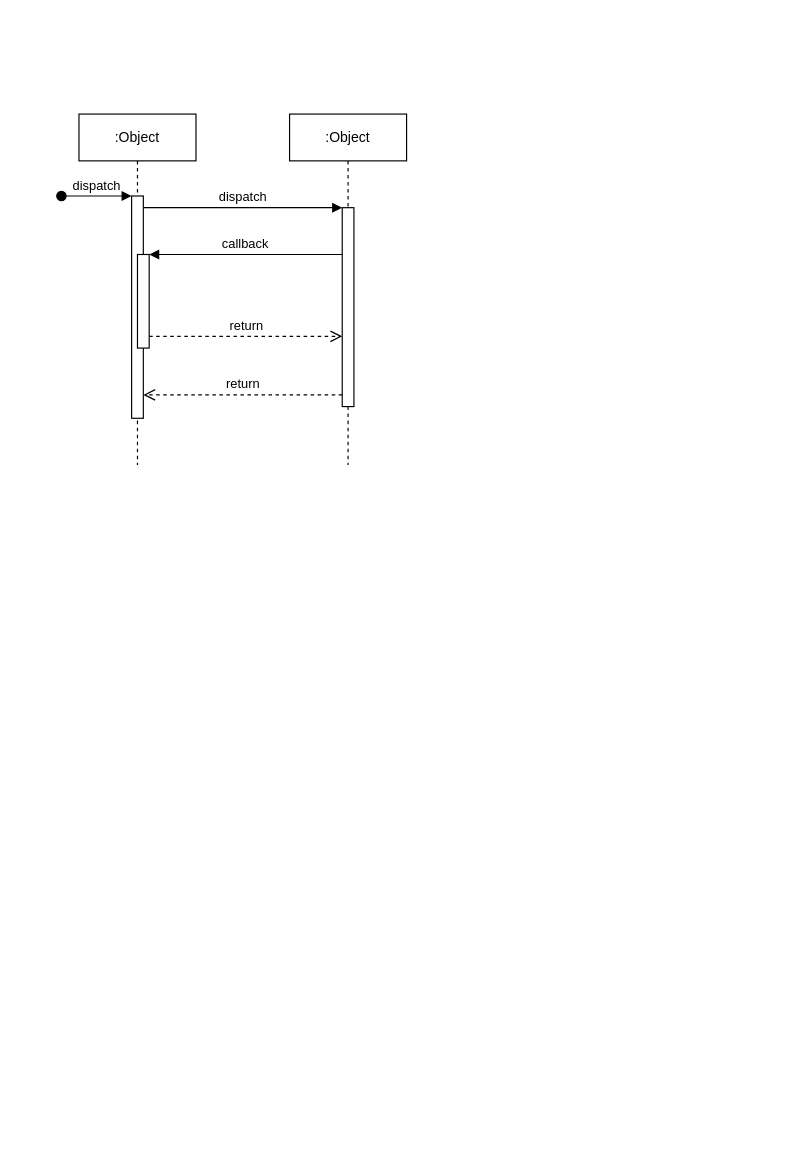
skyler544/SWARC-Arc42 keeps this draw.io diagram as materials/Runtime.drawio. Above is the earlier version. Source tidied: cells renumbered, new cells numbered last; positions are measured from the earlier drawing's top-left corner, leaving out a move shared by most shapes. Both pictures are drawn from the tidied source at 117%, with x=0, y=0 at pixel (61, 113).
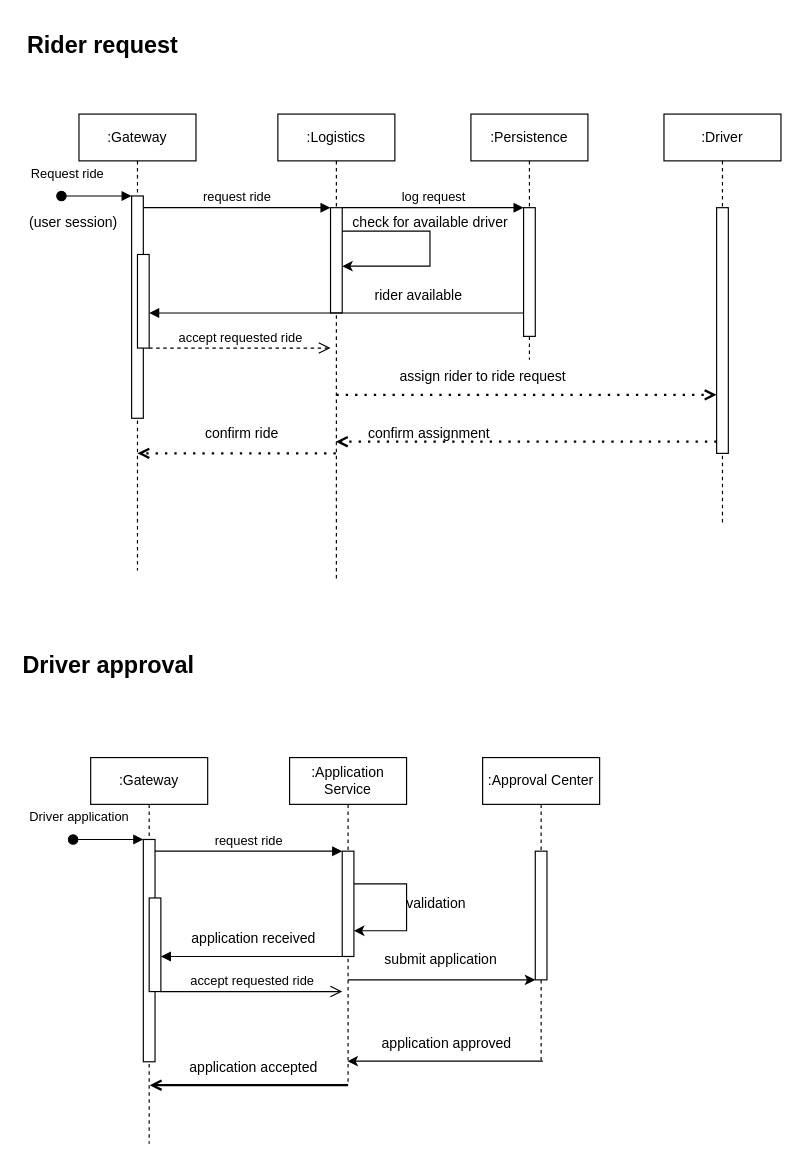
Above is the later version.

Unchanged cells that the change refers to:
```xml
<mxCell id="3" style="html=1;points=[];perimeter=orthogonalPerimeter;outlineConnect=0;targetShapes=umlLifeline;portConstraint=eastwest;newEdgeStyle={&quot;edgeStyle&quot;:&quot;elbowEdgeStyle&quot;,&quot;elbow&quot;:&quot;vertical&quot;,&quot;curved&quot;:0,&quot;rounded&quot;:0};" parent="2" vertex="1">
  <mxGeometry x="45" y="70" width="10" height="190" as="geometry" />
</mxCell>
<mxCell id="5" style="html=1;points=[];perimeter=orthogonalPerimeter;outlineConnect=0;targetShapes=umlLifeline;portConstraint=eastwest;newEdgeStyle={&quot;edgeStyle&quot;:&quot;elbowEdgeStyle&quot;,&quot;elbow&quot;:&quot;vertical&quot;,&quot;curved&quot;:0,&quot;rounded&quot;:0};" parent="2" vertex="1">
  <mxGeometry x="50" y="120" width="10" height="80" as="geometry" />
</mxCell>
```

Diff of the diagram source:
```diff
@@
-    <mxCell id="2" value=":Object" style="shape=umlLifeline;perimeter=lifelinePerimeter;whiteSpace=wrap;html=1;newEdgeStyle={&quot;edgeStyle&quot;:&quot;elbowEdgeStyle&quot;,&quot;elbow&quot;:&quot;vertical&quot;,&quot;curved&quot;:0,&quot;rounded&quot;:0};" parent="1" vertex="1">
-      <mxGeometry x="15" width="100" height="300" as="geometry" />
+    <mxCell id="2" value=":Gateway" style="shape=umlLifeline;perimeter=lifelinePerimeter;whiteSpace=wrap;html=1;newEdgeStyle={&quot;edgeStyle&quot;:&quot;elbowEdgeStyle&quot;,&quot;elbow&quot;:&quot;vertical&quot;,&quot;curved&quot;:0,&quot;rounded&quot;:0};" parent="1" vertex="1">
+      <mxGeometry x="15" width="100" height="390" as="geometry" />
     </mxCell>
@@
-    <mxCell id="4" value="dispatch" style="html=1;verticalAlign=bottom;startArrow=oval;endArrow=block;startSize=8;edgeStyle=elbowEdgeStyle;elbow=vertical;curved=0;rounded=0;" parent="2" edge="1" target="3">
-      <mxGeometry relative="1" as="geometry">
+    <mxCell id="4" value="&lt;div&gt;Request ride&lt;/div&gt;" style="html=1;verticalAlign=bottom;startArrow=oval;endArrow=block;startSize=8;edgeStyle=elbowEdgeStyle;elbow=vertical;curved=0;rounded=0;" parent="2" edge="1" target="3">
+      <mxGeometry x="-0.84" y="10" relative="1" as="geometry">
         <mxPoint x="-15" y="70" as="sourcePoint" />
       </mxGeometry>
     </mxCell>
@@
-    <mxCell id="6" value=":Object" style="shape=umlLifeline;perimeter=lifelinePerimeter;whiteSpace=wrap;html=1;outlineConnect=0;portConstraint=eastwest;newEdgeStyle={&quot;edgeStyle&quot;:&quot;elbowEdgeStyle&quot;,&quot;elbow&quot;:&quot;vertical&quot;,&quot;curved&quot;:0,&quot;rounded&quot;:0};" parent="1" vertex="1">
-      <mxGeometry x="195" width="100" height="300" as="geometry" />
+    <mxCell id="6" value=":Logistics" style="shape=umlLifeline;perimeter=lifelinePerimeter;whiteSpace=wrap;html=1;outlineConnect=0;portConstraint=eastwest;newEdgeStyle={&quot;edgeStyle&quot;:&quot;elbowEdgeStyle&quot;,&quot;elbow&quot;:&quot;vertical&quot;,&quot;curved&quot;:0,&quot;rounded&quot;:0};" parent="1" vertex="1">
+      <mxGeometry x="185" width="100" height="400" as="geometry" />
     </mxCell>
     <mxCell id="7" style="html=1;points=[];perimeter=orthogonalPerimeter;outlineConnect=0;targetShapes=umlLifeline;portConstraint=eastwest;newEdgeStyle={&quot;edgeStyle&quot;:&quot;elbowEdgeStyle&quot;,&quot;elbow&quot;:&quot;vertical&quot;,&quot;curved&quot;:0,&quot;rounded&quot;:0};" parent="6" vertex="1">
-      <mxGeometry x="45" y="80" width="10" height="170" as="geometry" />
+      <mxGeometry x="45" y="80" width="10" height="90" as="geometry" />
     </mxCell>
+    <mxCell id="12" style="endArrow=classic;html=1;rounded=0;edgeStyle=orthogonalEdgeStyle;" parent="6" edge="1" source="7" target="7">
+      <mxGeometry relative="1" as="geometry">
+        <Array as="points">
+          <mxPoint x="130" y="100" />
+          <mxPoint x="130" y="130" />
+        </Array>
+      </mxGeometry>
+    </mxCell>
-    <mxCell id="8" value="dispatch" style="html=1;verticalAlign=bottom;endArrow=block;edgeStyle=elbowEdgeStyle;elbow=vertical;curved=0;rounded=0;" parent="1" edge="1" source="3" target="7">
+    <mxCell id="8" value="request ride" style="html=1;verticalAlign=bottom;endArrow=block;edgeStyle=elbowEdgeStyle;elbow=vertical;curved=0;rounded=0;" parent="1" edge="1" source="3" target="7">
       <mxGeometry relative="1" as="geometry">
         <Array as="points">
           <mxPoint x="155" y="80" />
         </Array>
       </mxGeometry>
     </mxCell>
-    <mxCell id="9" value="return" style="html=1;verticalAlign=bottom;endArrow=open;dashed=1;endSize=8;edgeStyle=elbowEdgeStyle;elbow=vertical;curved=0;rounded=0;" parent="1" edge="1" source="7" target="3">
-      <mxGeometry relative="1" as="geometry">
-        <Array as="points">
-          <mxPoint x="165" y="240" />
-        </Array>
-      </mxGeometry>
-    </mxCell>
-    <mxCell id="10" value="callback" style="html=1;verticalAlign=bottom;endArrow=block;edgeStyle=elbowEdgeStyle;elbow=vertical;curved=0;rounded=0;" parent="1" edge="1" source="7" target="5">
+    <mxCell id="10" style="html=1;verticalAlign=bottom;endArrow=block;edgeStyle=elbowEdgeStyle;elbow=vertical;curved=0;rounded=0;" parent="1" edge="1">
       <mxGeometry relative="1" as="geometry">
+        <mxPoint x="395" y="170" as="sourcePoint" />
+        <mxPoint x="75" y="170" as="targetPoint" />
         <Array as="points">
-          <mxPoint x="165" y="120" />
+          <mxPoint x="165" y="170" />
         </Array>
       </mxGeometry>
     </mxCell>
-    <mxCell id="11" value="return" style="html=1;verticalAlign=bottom;endArrow=open;dashed=1;endSize=8;edgeStyle=elbowEdgeStyle;elbow=vertical;curved=0;rounded=0;" parent="1" edge="1" source="5" target="7">
+    <mxCell id="11" value="accept requested ride" style="html=1;verticalAlign=bottom;endArrow=open;dashed=1;endSize=8;edgeStyle=elbowEdgeStyle;elbow=vertical;curved=0;rounded=0;" parent="1" edge="1">
       <mxGeometry relative="1" as="geometry">
+        <mxPoint x="75" y="200" as="sourcePoint" />
+        <mxPoint x="230" y="200" as="targetPoint" />
         <Array as="points">
-          <mxPoint x="155" y="190" />
+          <mxPoint x="155" y="200" />
         </Array>
       </mxGeometry>
     </mxCell>
+    <mxCell id="13" value=":Persistence" style="shape=umlLifeline;perimeter=lifelinePerimeter;whiteSpace=wrap;html=1;newEdgeStyle={&quot;edgeStyle&quot;:&quot;elbowEdgeStyle&quot;,&quot;elbow&quot;:&quot;vertical&quot;,&quot;curved&quot;:0,&quot;rounded&quot;:0};" parent="1" vertex="1">
+      <mxGeometry x="350" width="100" height="210" as="geometry" />
+    </mxCell>
+    <mxCell id="14" style="html=1;perimeter=orthogonalPerimeter;targetShapes=umlLifeline;newEdgeStyle={&quot;edgeStyle&quot;:&quot;elbowEdgeStyle&quot;,&quot;elbow&quot;:&quot;vertical&quot;,&quot;curved&quot;:0,&quot;rounded&quot;:0};" parent="13" vertex="1">
+      <mxGeometry x="45" y="80" width="10" height="110" as="geometry" />
+    </mxCell>
+    <mxCell id="15" value=":Driver" style="shape=umlLifeline;perimeter=lifelinePerimeter;whiteSpace=wrap;html=1;newEdgeStyle={&quot;edgeStyle&quot;:&quot;elbowEdgeStyle&quot;,&quot;elbow&quot;:&quot;vertical&quot;,&quot;curved&quot;:0,&quot;rounded&quot;:0};" parent="1" vertex="1">
+      <mxGeometry x="515" width="100" height="350" as="geometry" />
+    </mxCell>
+    <mxCell id="16" style="html=1;points=[];perimeter=orthogonalPerimeter;outlineConnect=0;targetShapes=umlLifeline;portConstraint=eastwest;newEdgeStyle={&quot;edgeStyle&quot;:&quot;elbowEdgeStyle&quot;,&quot;elbow&quot;:&quot;vertical&quot;,&quot;curved&quot;:0,&quot;rounded&quot;:0};" parent="15" vertex="1">
+      <mxGeometry x="45" y="80" width="10" height="210" as="geometry" />
+    </mxCell>
+    <mxCell id="17" value="(user session)" style="text;html=1;align=center;verticalAlign=middle;strokeColor=none;fillColor=none;" parent="1" vertex="1">
+      <mxGeometry x="-35" y="78" width="90" height="30" as="geometry" />
+    </mxCell>
+    <mxCell id="18" value="log request" style="html=1;verticalAlign=bottom;endArrow=block;edgeStyle=elbowEdgeStyle;elbow=vertical;curved=0;rounded=0;" parent="1" edge="1">
+      <mxGeometry relative="1" as="geometry">
+        <mxPoint x="240" y="80" as="sourcePoint" />
+        <mxPoint x="395" y="80" as="targetPoint" />
+        <Array as="points">
+          <mxPoint x="340" y="80" />
+        </Array>
+      </mxGeometry>
+    </mxCell>
+    <mxCell id="19" value="check for available driver" style="text;html=1;align=center;verticalAlign=middle;strokeColor=none;fillColor=none;" parent="1" vertex="1">
+      <mxGeometry x="245" y="78" width="140" height="30" as="geometry" />
+    </mxCell>
+    <mxCell id="20" value="rider available" style="text;html=1;align=center;verticalAlign=middle;strokeColor=none;fillColor=none;" parent="1" vertex="1">
+      <mxGeometry x="260" y="140" width="90" height="30" as="geometry" />
+    </mxCell>
+    <mxCell id="21" style="endArrow=open;dashed=1;html=1;dashPattern=1 3;strokeWidth=2;rounded=0;endFill=0;" parent="1" edge="1" target="16">
+      <mxGeometry relative="1" as="geometry">
+        <mxPoint x="235" y="240" as="sourcePoint" />
+      </mxGeometry>
+    </mxCell>
+    <mxCell id="22" value="assign rider to ride request" style="text;html=1;align=center;verticalAlign=middle;strokeColor=none;fillColor=none;" parent="1" vertex="1">
+      <mxGeometry x="285" y="210" width="150" height="30" as="geometry" />
+    </mxCell>
+    <mxCell id="23" style="endArrow=open;dashed=1;html=1;dashPattern=1 3;strokeWidth=2;rounded=0;endFill=0;" parent="1" edge="1" target="6">
+      <mxGeometry relative="1" as="geometry">
+        <mxPoint x="560" y="280" as="sourcePoint" />
+        <Array as="points">
+          <mxPoint x="415" y="280" />
+        </Array>
+      </mxGeometry>
+    </mxCell>
+    <mxCell id="24" style="endArrow=open;dashed=1;html=1;dashPattern=1 3;strokeWidth=2;rounded=0;endFill=0;" parent="1" edge="1">
+      <mxGeometry relative="1" as="geometry">
+        <mxPoint x="234.5" y="290" as="sourcePoint" />
+        <mxPoint x="64.9" y="290" as="targetPoint" />
+      </mxGeometry>
+    </mxCell>
+    <mxCell id="25" value="confirm assignment" style="text;html=1;align=center;verticalAlign=middle;strokeColor=none;fillColor=none;" parent="1" vertex="1">
+      <mxGeometry x="254" y="258" width="120" height="30" as="geometry" />
+    </mxCell>
+    <mxCell id="26" value="confirm ride" style="text;html=1;align=center;verticalAlign=middle;strokeColor=none;fillColor=none;" parent="1" vertex="1">
+      <mxGeometry x="114" y="258" width="80" height="30" as="geometry" />
+    </mxCell>
+    <mxCell id="27" value=":Gateway" style="shape=umlLifeline;perimeter=lifelinePerimeter;whiteSpace=wrap;html=1;newEdgeStyle={&quot;edgeStyle&quot;:&quot;elbowEdgeStyle&quot;,&quot;elbow&quot;:&quot;vertical&quot;,&quot;curved&quot;:0,&quot;rounded&quot;:0};" parent="1" vertex="1">
+      <mxGeometry x="25" y="550" width="100" height="330" as="geometry" />
+    </mxCell>
+    <mxCell id="28" style="html=1;points=[];perimeter=orthogonalPerimeter;outlineConnect=0;targetShapes=umlLifeline;portConstraint=eastwest;newEdgeStyle={&quot;edgeStyle&quot;:&quot;elbowEdgeStyle&quot;,&quot;elbow&quot;:&quot;vertical&quot;,&quot;curved&quot;:0,&quot;rounded&quot;:0};" parent="27" vertex="1">
+      <mxGeometry x="45" y="70" width="10" height="190" as="geometry" />
+    </mxCell>
+    <mxCell id="29" value="&lt;div&gt;Driver application&lt;br&gt;&lt;/div&gt;" style="html=1;verticalAlign=bottom;startArrow=oval;endArrow=block;startSize=8;edgeStyle=elbowEdgeStyle;elbow=vertical;curved=0;rounded=0;" parent="27" edge="1" target="28">
+      <mxGeometry x="-0.84" y="10" relative="1" as="geometry">
+        <mxPoint x="-15" y="70" as="sourcePoint" />
+      </mxGeometry>
+    </mxCell>
+    <mxCell id="30" style="html=1;perimeter=orthogonalPerimeter;targetShapes=umlLifeline;newEdgeStyle={&quot;edgeStyle&quot;:&quot;elbowEdgeStyle&quot;,&quot;elbow&quot;:&quot;vertical&quot;,&quot;curved&quot;:0,&quot;rounded&quot;:0};" parent="27" vertex="1">
+      <mxGeometry x="50" y="120" width="10" height="80" as="geometry" />
+    </mxCell>
+    <mxCell id="31" value=":Application Service" style="shape=umlLifeline;perimeter=lifelinePerimeter;whiteSpace=wrap;html=1;outlineConnect=0;portConstraint=eastwest;newEdgeStyle={&quot;edgeStyle&quot;:&quot;elbowEdgeStyle&quot;,&quot;elbow&quot;:&quot;vertical&quot;,&quot;curved&quot;:0,&quot;rounded&quot;:0};" parent="1" vertex="1">
+      <mxGeometry x="195" y="550" width="100" height="280" as="geometry" />
+    </mxCell>
+    <mxCell id="32" style="html=1;points=[];perimeter=orthogonalPerimeter;outlineConnect=0;targetShapes=umlLifeline;portConstraint=eastwest;newEdgeStyle={&quot;edgeStyle&quot;:&quot;elbowEdgeStyle&quot;,&quot;elbow&quot;:&quot;vertical&quot;,&quot;curved&quot;:0,&quot;rounded&quot;:0};" parent="31" vertex="1">
+      <mxGeometry x="45" y="80" width="10" height="90" as="geometry" />
+    </mxCell>
+    <mxCell id="33" value="request ride" style="html=1;verticalAlign=bottom;endArrow=block;edgeStyle=elbowEdgeStyle;elbow=vertical;curved=0;rounded=0;" parent="1" edge="1" source="28" target="32">
+      <mxGeometry relative="1" as="geometry">
+        <Array as="points">
+          <mxPoint x="165" y="630" />
+        </Array>
+      </mxGeometry>
+    </mxCell>
+    <mxCell id="34" style="html=1;verticalAlign=bottom;endArrow=block;edgeStyle=elbowEdgeStyle;elbow=vertical;curved=0;rounded=0;" parent="1" edge="1" source="32">
+      <mxGeometry relative="1" as="geometry">
+        <mxPoint x="85" y="720" as="targetPoint" />
+        <Array as="points">
+          <mxPoint x="175" y="720" />
+        </Array>
+      </mxGeometry>
+    </mxCell>
+    <mxCell id="35" value="accept requested ride" style="html=1;verticalAlign=bottom;endArrow=open;endSize=8;edgeStyle=elbowEdgeStyle;elbow=vertical;curved=0;rounded=0;" parent="1" edge="1">
+      <mxGeometry relative="1" as="geometry">
+        <mxPoint x="85" y="750" as="sourcePoint" />
+        <mxPoint x="240" y="750" as="targetPoint" />
+        <Array as="points">
+          <mxPoint x="165" y="750" />
+        </Array>
+      </mxGeometry>
+    </mxCell>
+    <mxCell id="36" value=":Approval Center" style="shape=umlLifeline;perimeter=lifelinePerimeter;whiteSpace=wrap;html=1;outlineConnect=0;portConstraint=eastwest;newEdgeStyle={&quot;edgeStyle&quot;:&quot;elbowEdgeStyle&quot;,&quot;elbow&quot;:&quot;vertical&quot;,&quot;curved&quot;:0,&quot;rounded&quot;:0};" parent="1" vertex="1">
+      <mxGeometry x="360" y="550" width="100" height="260" as="geometry" />
+    </mxCell>
+    <mxCell id="37" style="html=1;perimeter=orthogonalPerimeter;targetShapes=umlLifeline;newEdgeStyle={&quot;edgeStyle&quot;:&quot;elbowEdgeStyle&quot;,&quot;elbow&quot;:&quot;vertical&quot;,&quot;curved&quot;:0,&quot;rounded&quot;:0};" parent="36" vertex="1">
+      <mxGeometry x="45" y="80" width="10" height="110" as="geometry" />
+    </mxCell>
+    <mxCell id="38" value="validation" style="text;html=1;align=center;verticalAlign=middle;strokeColor=none;fillColor=none;" parent="1" vertex="1">
+      <mxGeometry x="285" y="660" width="70" height="30" as="geometry" />
+    </mxCell>
+    <mxCell id="39" value="application received" style="text;html=1;align=center;verticalAlign=middle;strokeColor=none;fillColor=none;" parent="1" vertex="1">
+      <mxGeometry x="104" y="690" width="120" height="30" as="geometry" />
+    </mxCell>
+    <mxCell id="40" style="endArrow=open;html=1;strokeWidth=2;rounded=0;endFill=0;" parent="1" edge="1">
+      <mxGeometry relative="1" as="geometry">
+        <mxPoint x="245" y="830" as="sourcePoint" />
+        <mxPoint x="75.4" y="830" as="targetPoint" />
+      </mxGeometry>
+    </mxCell>
+    <mxCell id="41" value="application accepted" style="text;html=1;align=center;verticalAlign=middle;strokeColor=none;fillColor=none;" parent="1" vertex="1">
+      <mxGeometry x="104" y="800" width="120" height="30" as="geometry" />
+    </mxCell>
+    <mxCell id="42" value="&lt;font size=&quot;1&quot;&gt;&lt;b&gt;&lt;font style=&quot;font-size: 20px;&quot;&gt;Driver approval&lt;/font&gt;&lt;/b&gt;&lt;/font&gt;" style="text;html=1;align=center;verticalAlign=middle;strokeColor=none;fillColor=none;" parent="1" vertex="1">
+      <mxGeometry x="-35" y="450" width="150" height="40" as="geometry" />
+    </mxCell>
+    <mxCell id="43" value="&lt;b&gt;&lt;font style=&quot;font-size: 20px;&quot;&gt;Rider request&lt;/font&gt;&lt;/b&gt;" style="text;html=1;align=center;verticalAlign=middle;strokeColor=none;fillColor=none;" parent="1" vertex="1">
+      <mxGeometry x="-35" y="-80" width="140" height="40" as="geometry" />
+    </mxCell>
+    <mxCell id="44" style="endArrow=classic;html=1;rounded=0;edgeStyle=orthogonalEdgeStyle;" parent="1" edge="1">
+      <mxGeometry relative="1" as="geometry">
+        <mxPoint x="250" y="658" as="sourcePoint" />
+        <mxPoint x="250" y="698" as="targetPoint" />
+        <Array as="points">
+          <mxPoint x="295" y="658" />
+          <mxPoint x="295" y="698" />
+        </Array>
+      </mxGeometry>
+    </mxCell>
+    <mxCell id="45" style="edgeStyle=none;orthogonalLoop=1;jettySize=auto;html=1;rounded=0;" parent="1" edge="1">
+      <mxGeometry relative="1" as="geometry">
+        <mxPoint x="245" y="740" as="sourcePoint" />
+        <mxPoint x="405" y="740" as="targetPoint" />
+      </mxGeometry>
+    </mxCell>
+    <mxCell id="46" value="submit application" style="text;html=1;align=center;verticalAlign=middle;strokeColor=none;fillColor=none;" parent="1" vertex="1">
+      <mxGeometry x="269" y="708" width="110" height="30" as="geometry" />
+    </mxCell>
+    <mxCell id="47" style="edgeStyle=none;jettySize=auto;html=1;rounded=0;exitX=0.515;exitY=0.998;exitDx=0;exitDy=0;exitPerimeter=0;" parent="1" edge="1" source="36" target="31">
+      <mxGeometry relative="1" as="geometry" />
+    </mxCell>
+    <mxCell id="48" value="application approved" style="text;html=1;align=center;verticalAlign=middle;strokeColor=none;fillColor=none;" parent="1" vertex="1">
+      <mxGeometry x="269" y="780" width="120" height="30" as="geometry" />
+    </mxCell>
```
